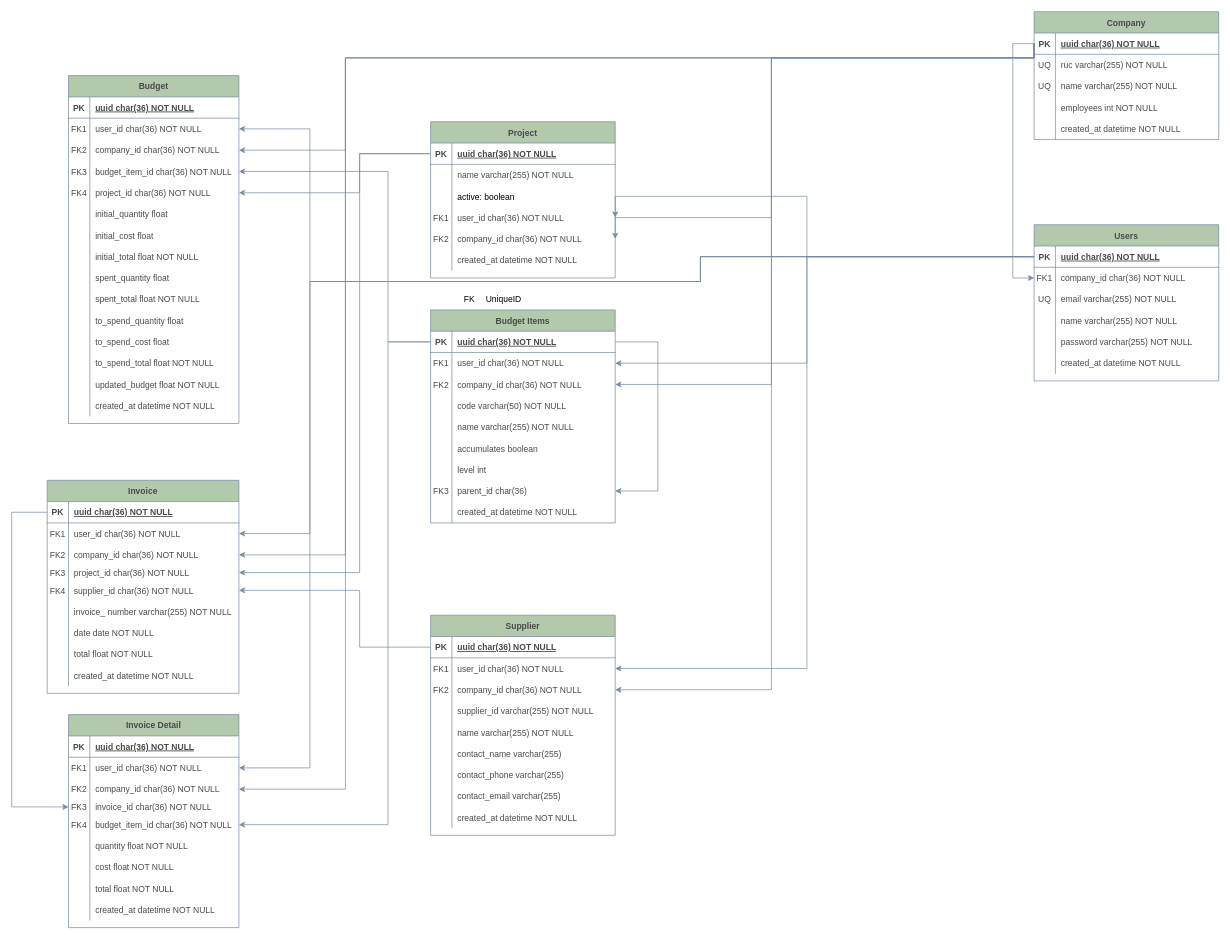
ALCB1310-Systems/Budget-Control-Application-Server keeps this draw.io diagram as Documentation/graphics/BCAB.drawio. Above is the earlier version. Source tidied: cells renumbered, new cells numbered last; positions are measured from the earlier drawing's top-left corner, leaving out a move shared by most shapes. Both pictures are drawn from the tidied source at 71%, with x=0, y=0 at pixel (11, 11).
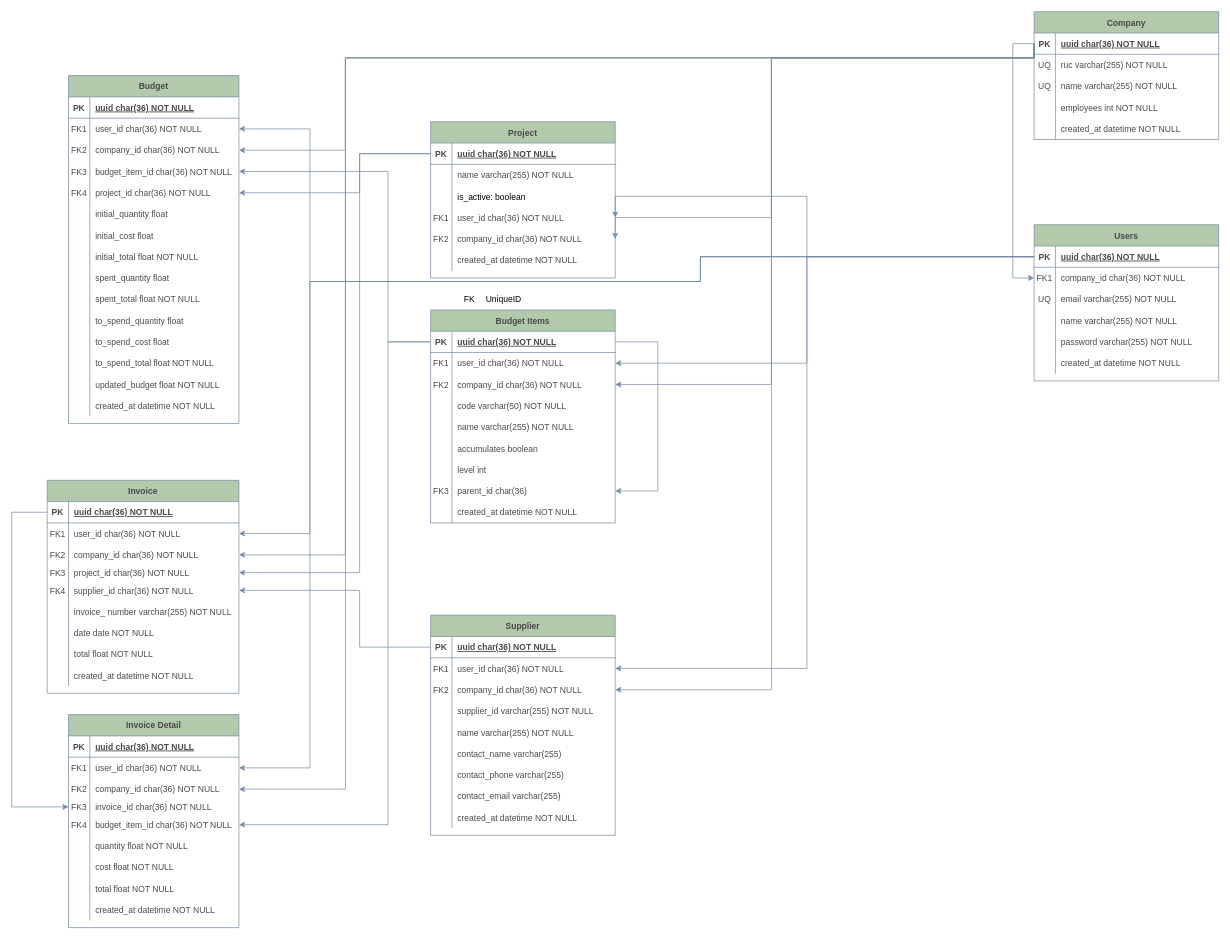
The same diagram, later.

The change refers to these unchanged cells:
```xml
<mxCell id="44" style="shape=partialRectangle;fillColor=none;top=0;left=0;bottom=0;right=0;" parent="37" vertex="1">
  <mxGeometry y="90" width="260" height="30" as="geometry" />
</mxCell>
```

Change to the diagram source:
```diff
@@
-    <mxCell id="46" value="active: boolean" style="shape=partialRectangle;fillColor=none;top=0;left=0;bottom=0;right=0;align=left;spacingLeft=6;overflow=hidden;" parent="44" vertex="1">
+    <mxCell id="46" value="is_active: boolean" style="shape=partialRectangle;fillColor=none;top=0;left=0;bottom=0;right=0;align=left;spacingLeft=6;overflow=hidden;" parent="44" vertex="1">
       <mxGeometry x="30" width="230" height="30" as="geometry" />
     </mxCell>
```
